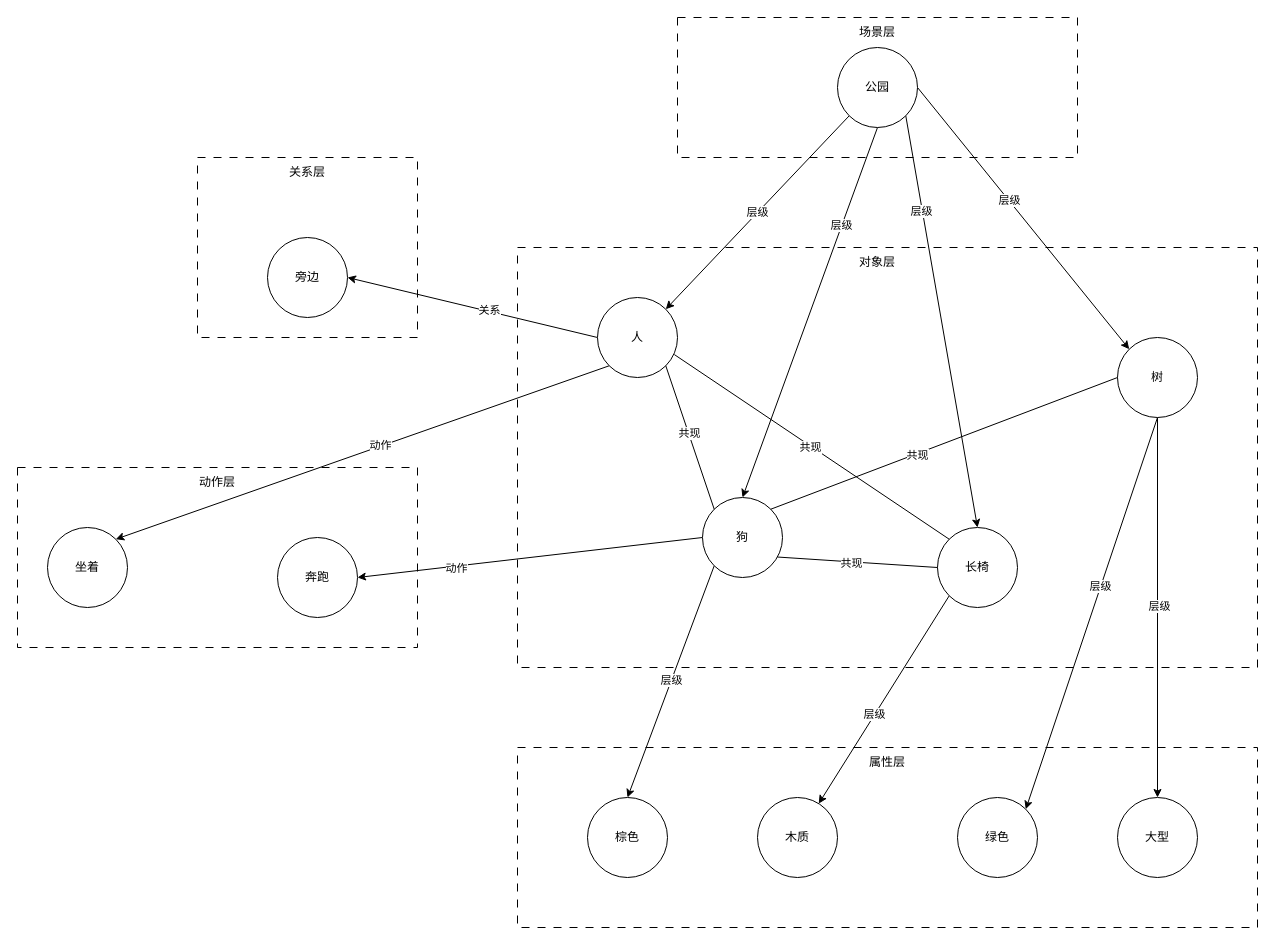
huaxiaojilzg/workflow_draw keeps this draw.io diagram as 图神经网络增强的图像检索.drawio. Above is the earlier version. Source tidied: cells renumbered, new cells numbered last; positions are measured from the earlier drawing's top-left corner, leaving out a move shared by most shapes. Both pictures are drawn from the tidied source at 100%, with x=0, y=0 at pixel (17, 17).
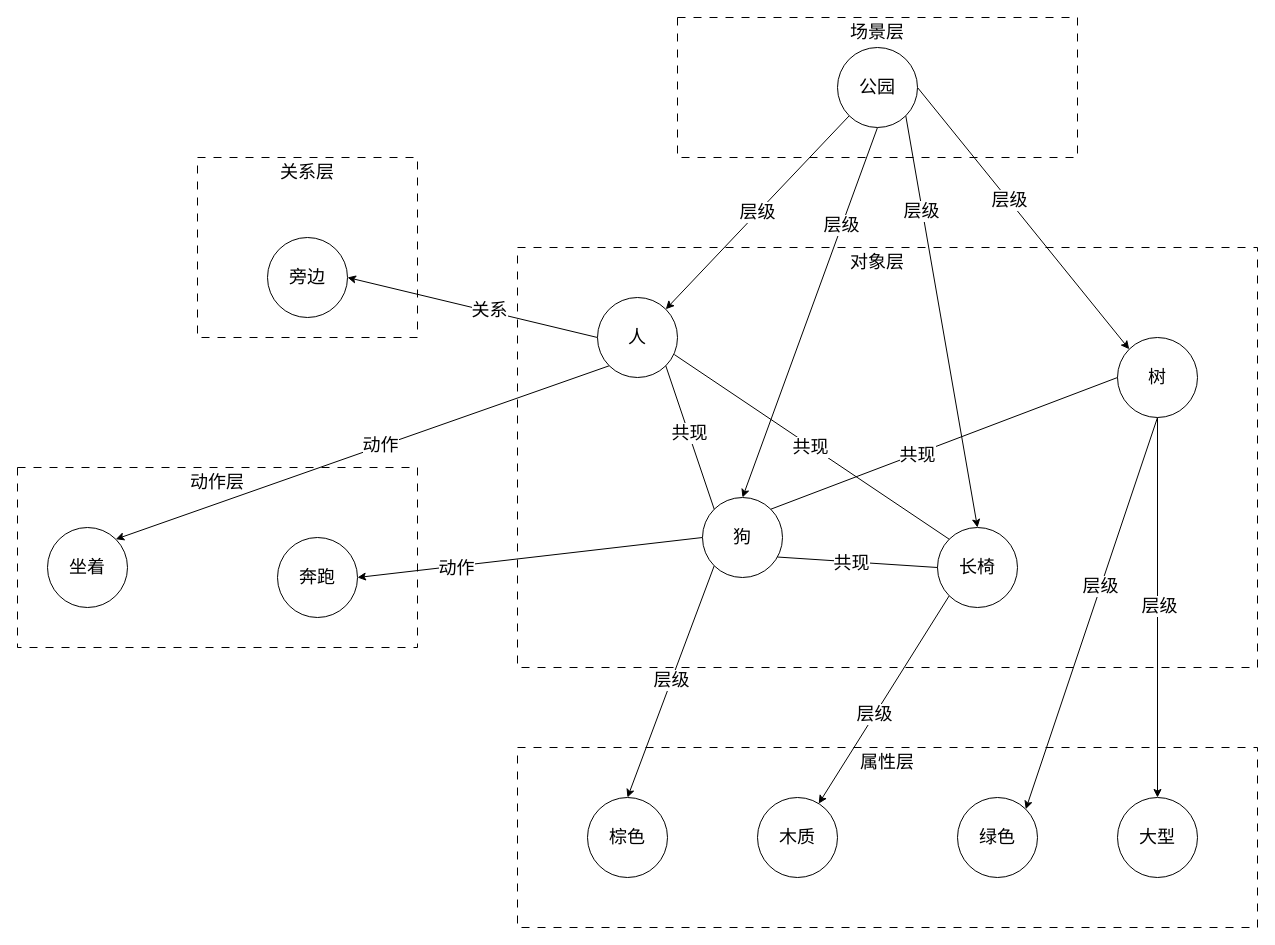
The same page after the edit.

Commit message (it also covers changes not shown here):
更新图神经网络增强的图像检索.drawio

The edit, as a diff of the source:
```diff
@@
-    <mxCell id="2" style="rounded=0;whiteSpace=wrap;html=1;hachureGap=4;fontFamily=Architects Daughter;dashed=1;dashPattern=8 8;" parent="1" vertex="1">
+    <mxCell id="2" style="rounded=0;whiteSpace=wrap;html=1;hachureGap=4;fontFamily=Architects Daughter;dashed=1;dashPattern=8 8;fontSize=18;" parent="1" vertex="1">
       <mxGeometry x="660" width="400" height="140" as="geometry" />
     </mxCell>
-    <mxCell id="3" value="场景层" style="text;html=1;whiteSpace=wrap;strokeColor=none;fillColor=none;align=center;verticalAlign=middle;rounded=0;" parent="1" vertex="1">
+    <mxCell id="3" value="场景层" style="text;html=1;whiteSpace=wrap;strokeColor=none;fillColor=none;align=center;verticalAlign=middle;rounded=0;fontSize=18;" parent="1" vertex="1">
       <mxGeometry x="755" width="210" height="30" as="geometry" />
     </mxCell>
-    <mxCell id="4" style="rounded=0;whiteSpace=wrap;html=1;hachureGap=4;fontFamily=Architects Daughter;dashed=1;dashPattern=8 8;" parent="1" vertex="1">
+    <mxCell id="4" style="rounded=0;whiteSpace=wrap;html=1;hachureGap=4;fontFamily=Architects Daughter;dashed=1;dashPattern=8 8;fontSize=18;" parent="1" vertex="1">
       <mxGeometry x="500" y="230" width="740" height="420" as="geometry" />
     </mxCell>
-    <mxCell id="5" value="对象层" style="text;html=1;whiteSpace=wrap;strokeColor=none;fillColor=none;align=center;verticalAlign=middle;rounded=0;" parent="1" vertex="1">
+    <mxCell id="5" value="对象层" style="text;html=1;whiteSpace=wrap;strokeColor=none;fillColor=none;align=center;verticalAlign=middle;rounded=0;fontSize=18;" parent="1" vertex="1">
       <mxGeometry x="755" y="230" width="210" height="30" as="geometry" />
     </mxCell>
-    <mxCell id="6" style="rounded=0;whiteSpace=wrap;html=1;hachureGap=4;fontFamily=Architects Daughter;dashed=1;dashPattern=8 8;" parent="1" vertex="1">
+    <mxCell id="6" style="rounded=0;whiteSpace=wrap;html=1;hachureGap=4;fontFamily=Architects Daughter;dashed=1;dashPattern=8 8;fontSize=18;" parent="1" vertex="1">
       <mxGeometry x="500" y="730" width="740" height="180" as="geometry" />
     </mxCell>
-    <mxCell id="7" value="属性层" style="text;html=1;whiteSpace=wrap;strokeColor=none;fillColor=none;align=center;verticalAlign=middle;rounded=0;" parent="1" vertex="1">
+    <mxCell id="7" value="属性层" style="text;html=1;whiteSpace=wrap;strokeColor=none;fillColor=none;align=center;verticalAlign=middle;rounded=0;fontSize=18;" parent="1" vertex="1">
       <mxGeometry x="765" y="730" width="210" height="30" as="geometry" />
     </mxCell>
-    <mxCell id="8" style="rounded=0;whiteSpace=wrap;html=1;hachureGap=4;fontFamily=Architects Daughter;dashed=1;dashPattern=8 8;" parent="1" vertex="1">
+    <mxCell id="8" style="rounded=0;whiteSpace=wrap;html=1;hachureGap=4;fontFamily=Architects Daughter;dashed=1;dashPattern=8 8;fontSize=18;" parent="1" vertex="1">
       <mxGeometry x="180" y="140" width="220" height="180" as="geometry" />
     </mxCell>
-    <mxCell id="9" value="关系层" style="text;html=1;whiteSpace=wrap;strokeColor=none;fillColor=none;align=center;verticalAlign=middle;rounded=0;" parent="1" vertex="1">
+    <mxCell id="9" value="关系层" style="text;html=1;whiteSpace=wrap;strokeColor=none;fillColor=none;align=center;verticalAlign=middle;rounded=0;fontSize=18;" parent="1" vertex="1">
       <mxGeometry x="185" y="140" width="210" height="30" as="geometry" />
     </mxCell>
-    <mxCell id="10" style="rounded=0;whiteSpace=wrap;html=1;hachureGap=4;fontFamily=Architects Daughter;dashed=1;dashPattern=8 8;" parent="1" vertex="1">
+    <mxCell id="10" style="rounded=0;whiteSpace=wrap;html=1;hachureGap=4;fontFamily=Architects Daughter;dashed=1;dashPattern=8 8;fontSize=18;" parent="1" vertex="1">
       <mxGeometry y="450" width="400" height="180" as="geometry" />
     </mxCell>
-    <mxCell id="11" value="动作层" style="text;html=1;whiteSpace=wrap;strokeColor=none;fillColor=none;align=center;verticalAlign=middle;rounded=0;" parent="1" vertex="1">
+    <mxCell id="11" value="动作层" style="text;html=1;whiteSpace=wrap;strokeColor=none;fillColor=none;align=center;verticalAlign=middle;rounded=0;fontSize=18;" parent="1" vertex="1">
       <mxGeometry x="95" y="450" width="210" height="30" as="geometry" />
     </mxCell>
-    <mxCell id="12" style="rounded=0;jettySize=auto;html=1;exitX=0;exitY=0.5;exitDx=0;exitDy=0;entryX=1;entryY=0.5;entryDx=0;entryDy=0;" parent="1" edge="1" source="16" target="39">
+    <mxCell id="12" style="rounded=0;jettySize=auto;html=1;exitX=0;exitY=0.5;exitDx=0;exitDy=0;entryX=1;entryY=0.5;entryDx=0;entryDy=0;fontSize=18;" parent="1" edge="1" source="16" target="39">
       <mxGeometry relative="1" as="geometry" />
     </mxCell>
-    <mxCell id="13" value="关系" style="edgeLabel;html=1;align=center;verticalAlign=middle;" parent="12" vertex="1">
+    <mxCell id="13" value="关系" style="edgeLabel;html=1;align=center;verticalAlign=middle;fontSize=18;" parent="12" vertex="1">
       <mxGeometry x="-0.13" y="-1" relative="1" as="geometry" />
     </mxCell>
-    <mxCell id="14" style="rounded=0;jettySize=auto;html=1;exitX=0;exitY=1;exitDx=0;exitDy=0;entryX=1;entryY=0;entryDx=0;entryDy=0;" parent="1" edge="1" source="16" target="41">
+    <mxCell id="14" style="rounded=0;jettySize=auto;html=1;exitX=0;exitY=1;exitDx=0;exitDy=0;entryX=1;entryY=0;entryDx=0;entryDy=0;fontSize=18;" parent="1" edge="1" source="16" target="41">
       <mxGeometry relative="1" as="geometry" />
     </mxCell>
-    <mxCell id="15" value="动作" style="edgeLabel;html=1;align=center;verticalAlign=middle;" parent="14" vertex="1">
+    <mxCell id="15" value="动作" style="edgeLabel;html=1;align=center;verticalAlign=middle;fontSize=18;" parent="14" vertex="1">
       <mxGeometry x="-0.07" y="-1" relative="1" as="geometry" />
     </mxCell>
-    <mxCell id="16" value="人" style="ellipse;whiteSpace=wrap;html=1;" parent="1" vertex="1">
+    <mxCell id="16" value="人" style="ellipse;whiteSpace=wrap;html=1;fontSize=18;" parent="1" vertex="1">
       <mxGeometry x="580" y="280" width="80" height="80" as="geometry" />
     </mxCell>
-    <mxCell id="17" style="rounded=0;jettySize=auto;html=1;exitX=0;exitY=0.5;exitDx=0;exitDy=0;entryX=1;entryY=0.5;entryDx=0;entryDy=0;" parent="1" edge="1" source="23" target="40">
+    <mxCell id="17" style="rounded=0;jettySize=auto;html=1;exitX=0;exitY=0.5;exitDx=0;exitDy=0;entryX=1;entryY=0.5;entryDx=0;entryDy=0;fontSize=18;" parent="1" edge="1" source="23" target="40">
       <mxGeometry relative="1" as="geometry" />
     </mxCell>
-    <mxCell id="18" value="动作" style="edgeLabel;html=1;align=center;verticalAlign=middle;" parent="17" vertex="1">
+    <mxCell id="18" value="动作" style="edgeLabel;html=1;align=center;verticalAlign=middle;fontSize=18;" parent="17" vertex="1">
       <mxGeometry x="0.43" y="2" relative="1" as="geometry" />
     </mxCell>
-    <mxCell id="19" style="rounded=0;jettySize=auto;html=1;exitX=0;exitY=1;exitDx=0;exitDy=0;entryX=0.5;entryY=0;entryDx=0;entryDy=0;" parent="1" edge="1" source="23" target="42">
+    <mxCell id="19" style="rounded=0;jettySize=auto;html=1;exitX=0;exitY=1;exitDx=0;exitDy=0;entryX=0.5;entryY=0;entryDx=0;entryDy=0;fontSize=18;" parent="1" edge="1" source="23" target="42">
       <mxGeometry relative="1" as="geometry" />
     </mxCell>
-    <mxCell id="20" value="层级" style="edgeLabel;html=1;align=center;verticalAlign=middle;" parent="19" vertex="1">
+    <mxCell id="20" value="层级" style="edgeLabel;html=1;align=center;verticalAlign=middle;fontSize=18;" parent="19" vertex="1">
       <mxGeometry x="-0.01" relative="1" as="geometry" />
     </mxCell>
-    <mxCell id="21" style="rounded=0;jettySize=auto;html=1;exitX=0;exitY=1;exitDx=0;exitDy=0;" parent="1" edge="1" source="24" target="43">
+    <mxCell id="21" style="rounded=0;jettySize=auto;html=1;exitX=0;exitY=1;exitDx=0;exitDy=0;fontSize=18;" parent="1" edge="1" source="24" target="43">
       <mxGeometry relative="1" as="geometry" />
     </mxCell>
-    <mxCell id="22" value="层级" style="edgeLabel;html=1;align=center;verticalAlign=middle;" parent="21" vertex="1">
+    <mxCell id="22" value="层级" style="edgeLabel;html=1;align=center;verticalAlign=middle;fontSize=18;" parent="21" vertex="1">
       <mxGeometry x="0.14" y="-1" relative="1" as="geometry" />
     </mxCell>
-    <mxCell id="23" value="狗" style="ellipse;whiteSpace=wrap;html=1;" parent="1" vertex="1">
+    <mxCell id="23" value="狗" style="ellipse;whiteSpace=wrap;html=1;fontSize=18;" parent="1" vertex="1">
       <mxGeometry x="685" y="480" width="80" height="80" as="geometry" />
     </mxCell>
-    <mxCell id="24" value="长椅" style="ellipse;whiteSpace=wrap;html=1;" parent="1" vertex="1">
+    <mxCell id="24" value="长椅" style="ellipse;whiteSpace=wrap;html=1;fontSize=18;" parent="1" vertex="1">
       <mxGeometry x="920" y="510" width="80" height="80" as="geometry" />
     </mxCell>
-    <mxCell id="25" style="rounded=0;jettySize=auto;html=1;exitX=0.5;exitY=1;exitDx=0;exitDy=0;entryX=1;entryY=0;entryDx=0;entryDy=0;" parent="1" edge="1" source="29" target="44">
+    <mxCell id="25" style="rounded=0;jettySize=auto;html=1;exitX=0.5;exitY=1;exitDx=0;exitDy=0;entryX=1;entryY=0;entryDx=0;entryDy=0;fontSize=18;" parent="1" edge="1" source="29" target="44">
       <mxGeometry relative="1" as="geometry" />
     </mxCell>
-    <mxCell id="26" value="层级" style="edgeLabel;html=1;align=center;verticalAlign=middle;" parent="25" vertex="1">
+    <mxCell id="26" value="层级" style="edgeLabel;html=1;align=center;verticalAlign=middle;fontSize=18;" parent="25" vertex="1">
       <mxGeometry x="-0.14" y="-1" relative="1" as="geometry" />
     </mxCell>
-    <mxCell id="27" style="edgeStyle=orthogonalEdgeStyle;rounded=0;jettySize=auto;html=1;exitX=0.5;exitY=1;exitDx=0;exitDy=0;" parent="1" edge="1" source="29" target="45">
+    <mxCell id="27" style="edgeStyle=orthogonalEdgeStyle;rounded=0;jettySize=auto;html=1;exitX=0.5;exitY=1;exitDx=0;exitDy=0;fontSize=18;" parent="1" edge="1" source="29" target="45">
       <mxGeometry relative="1" as="geometry" />
     </mxCell>
-    <mxCell id="28" value="层级" style="edgeLabel;html=1;align=center;verticalAlign=middle;" parent="27" vertex="1">
+    <mxCell id="28" value="层级" style="edgeLabel;html=1;align=center;verticalAlign=middle;fontSize=18;" parent="27" vertex="1">
       <mxGeometry x="-0.01" y="1" relative="1" as="geometry" />
     </mxCell>
-    <mxCell id="29" value="树" style="ellipse;whiteSpace=wrap;html=1;" parent="1" vertex="1">
+    <mxCell id="29" value="树" style="ellipse;whiteSpace=wrap;html=1;fontSize=18;" parent="1" vertex="1">
       <mxGeometry x="1100" y="320" width="80" height="80" as="geometry" />
     </mxCell>
-    <mxCell id="30" style="rounded=0;jettySize=auto;html=1;exitX=0;exitY=1;exitDx=0;exitDy=0;entryX=1;entryY=0;entryDx=0;entryDy=0;" parent="1" edge="1" source="38" target="16">
+    <mxCell id="30" style="rounded=0;jettySize=auto;html=1;exitX=0;exitY=1;exitDx=0;exitDy=0;entryX=1;entryY=0;entryDx=0;entryDy=0;fontSize=18;" parent="1" edge="1" source="38" target="16">
       <mxGeometry relative="1" as="geometry" />
     </mxCell>
-    <mxCell id="31" value="层级" style="edgeLabel;html=1;align=center;verticalAlign=middle;" parent="30" vertex="1">
+    <mxCell id="31" value="层级" style="edgeLabel;html=1;align=center;verticalAlign=middle;fontSize=18;" parent="30" vertex="1">
       <mxGeometry y="-1" relative="1" as="geometry" />
     </mxCell>
-    <mxCell id="32" style="rounded=0;jettySize=auto;html=1;exitX=0.5;exitY=1;exitDx=0;exitDy=0;entryX=0.5;entryY=0;entryDx=0;entryDy=0;" parent="1" edge="1" source="38" target="23">
+    <mxCell id="32" style="rounded=0;jettySize=auto;html=1;exitX=0.5;exitY=1;exitDx=0;exitDy=0;entryX=0.5;entryY=0;entryDx=0;entryDy=0;fontSize=18;" parent="1" edge="1" source="38" target="23">
       <mxGeometry relative="1" as="geometry" />
     </mxCell>
-    <mxCell id="33" value="层级" style="edgeLabel;html=1;align=center;verticalAlign=middle;" parent="32" vertex="1">
+    <mxCell id="33" value="层级" style="edgeLabel;html=1;align=center;verticalAlign=middle;fontSize=18;" parent="32" vertex="1">
       <mxGeometry x="-0.47" y="-1" relative="1" as="geometry" />
     </mxCell>
-    <mxCell id="34" style="rounded=0;jettySize=auto;html=1;exitX=1;exitY=0.5;exitDx=0;exitDy=0;entryX=0;entryY=0;entryDx=0;entryDy=0;" parent="1" edge="1" source="38" target="29">
+    <mxCell id="34" style="rounded=0;jettySize=auto;html=1;exitX=1;exitY=0.5;exitDx=0;exitDy=0;entryX=0;entryY=0;entryDx=0;entryDy=0;fontSize=18;" parent="1" edge="1" source="38" target="29">
       <mxGeometry relative="1" as="geometry" />
     </mxCell>
-    <mxCell id="35" value="层级" style="edgeLabel;html=1;align=center;verticalAlign=middle;" parent="34" vertex="1">
+    <mxCell id="35" value="层级" style="edgeLabel;html=1;align=center;verticalAlign=middle;fontSize=18;" parent="34" vertex="1">
       <mxGeometry x="-0.13" y="1" relative="1" as="geometry">
         <mxPoint x="-1" as="offset" />
       </mxGeometry>
     </mxCell>
-    <mxCell id="36" style="rounded=0;jettySize=auto;html=1;exitX=1;exitY=1;exitDx=0;exitDy=0;entryX=0.5;entryY=0;entryDx=0;entryDy=0;" parent="1" edge="1" source="38" target="24">
+    <mxCell id="36" style="rounded=0;jettySize=auto;html=1;exitX=1;exitY=1;exitDx=0;exitDy=0;entryX=0.5;entryY=0;entryDx=0;entryDy=0;fontSize=18;" parent="1" edge="1" source="38" target="24">
       <mxGeometry relative="1" as="geometry" />
     </mxCell>
-    <mxCell id="37" value="层级" style="edgeLabel;html=1;align=center;verticalAlign=middle;" parent="36" vertex="1">
+    <mxCell id="37" value="层级" style="edgeLabel;html=1;align=center;verticalAlign=middle;fontSize=18;" parent="36" vertex="1">
       <mxGeometry x="-0.54" y="-1" relative="1" as="geometry" />
     </mxCell>
-    <mxCell id="38" value="公园" style="ellipse;whiteSpace=wrap;html=1;" parent="1" vertex="1">
+    <mxCell id="38" value="公园" style="ellipse;whiteSpace=wrap;html=1;fontSize=18;" parent="1" vertex="1">
       <mxGeometry x="820" y="30" width="80" height="80" as="geometry" />
     </mxCell>
-    <mxCell id="39" value="旁边" style="ellipse;whiteSpace=wrap;html=1;" parent="1" vertex="1">
+    <mxCell id="39" value="旁边" style="ellipse;whiteSpace=wrap;html=1;fontSize=18;" parent="1" vertex="1">
       <mxGeometry x="250" y="220" width="80" height="80" as="geometry" />
     </mxCell>
-    <mxCell id="40" value="奔跑" style="ellipse;whiteSpace=wrap;html=1;" parent="1" vertex="1">
+    <mxCell id="40" value="奔跑" style="ellipse;whiteSpace=wrap;html=1;fontSize=18;" parent="1" vertex="1">
       <mxGeometry x="260" y="520" width="80" height="80" as="geometry" />
     </mxCell>
-    <mxCell id="41" value="坐着" style="ellipse;whiteSpace=wrap;html=1;" parent="1" vertex="1">
+    <mxCell id="41" value="坐着" style="ellipse;whiteSpace=wrap;html=1;fontSize=18;" parent="1" vertex="1">
       <mxGeometry x="30" y="510" width="80" height="80" as="geometry" />
     </mxCell>
-    <mxCell id="42" value="棕色" style="ellipse;whiteSpace=wrap;html=1;" parent="1" vertex="1">
+    <mxCell id="42" value="棕色" style="ellipse;whiteSpace=wrap;html=1;fontSize=18;" parent="1" vertex="1">
       <mxGeometry x="570" y="780" width="80" height="80" as="geometry" />
     </mxCell>
-    <mxCell id="43" value="木质" style="ellipse;whiteSpace=wrap;html=1;" parent="1" vertex="1">
+    <mxCell id="43" value="木质" style="ellipse;whiteSpace=wrap;html=1;fontSize=18;" parent="1" vertex="1">
       <mxGeometry x="740" y="780" width="80" height="80" as="geometry" />
     </mxCell>
-    <mxCell id="44" value="绿色" style="ellipse;whiteSpace=wrap;html=1;" parent="1" vertex="1">
+    <mxCell id="44" value="绿色" style="ellipse;whiteSpace=wrap;html=1;fontSize=18;" parent="1" vertex="1">
       <mxGeometry x="940" y="780" width="80" height="80" as="geometry" />
     </mxCell>
-    <mxCell id="45" value="大型" style="ellipse;whiteSpace=wrap;html=1;" parent="1" vertex="1">
+    <mxCell id="45" value="大型" style="ellipse;whiteSpace=wrap;html=1;fontSize=18;" parent="1" vertex="1">
       <mxGeometry x="1100" y="780" width="80" height="80" as="geometry" />
     </mxCell>
-    <mxCell id="46" style="endArrow=none;html=1;rounded=0;exitX=1;exitY=1;exitDx=0;exitDy=0;entryX=0;entryY=0;entryDx=0;entryDy=0;" parent="1" edge="1" source="16" target="23">
+    <mxCell id="46" style="endArrow=none;html=1;rounded=0;exitX=1;exitY=1;exitDx=0;exitDy=0;entryX=0;entryY=0;entryDx=0;entryDy=0;fontSize=18;" parent="1" edge="1" source="16" target="23">
       <mxGeometry relative="1" as="geometry" />
     </mxCell>
-    <mxCell id="47" value="共现" style="edgeLabel;html=1;align=center;verticalAlign=middle;" parent="46" vertex="1">
+    <mxCell id="47" value="共现" style="edgeLabel;html=1;align=center;verticalAlign=middle;fontSize=18;" parent="46" vertex="1">
       <mxGeometry x="-0.06" y="1" relative="1" as="geometry" />
     </mxCell>
-    <mxCell id="48" style="endArrow=none;html=1;rounded=0;entryX=0.936;entryY=0.744;entryDx=0;entryDy=0;entryPerimeter=0;exitX=0;exitY=0.5;exitDx=0;exitDy=0;" parent="1" edge="1" source="24" target="23">
+    <mxCell id="48" style="endArrow=none;html=1;rounded=0;entryX=0.936;entryY=0.744;entryDx=0;entryDy=0;entryPerimeter=0;exitX=0;exitY=0.5;exitDx=0;exitDy=0;fontSize=18;" parent="1" edge="1" source="24" target="23">
       <mxGeometry relative="1" as="geometry" />
     </mxCell>
-    <mxCell id="49" value="共现" style="edgeLabel;html=1;align=center;verticalAlign=middle;" parent="48" vertex="1">
+    <mxCell id="49" value="共现" style="edgeLabel;html=1;align=center;verticalAlign=middle;fontSize=18;" parent="48" vertex="1">
       <mxGeometry x="0.09" y="1" relative="1" as="geometry" />
     </mxCell>
-    <mxCell id="50" style="endArrow=none;html=1;rounded=0;exitX=0.96;exitY=0.713;exitDx=0;exitDy=0;exitPerimeter=0;entryX=0;entryY=0;entryDx=0;entryDy=0;" parent="1" edge="1" source="16" target="24">
+    <mxCell id="50" style="endArrow=none;html=1;rounded=0;exitX=0.96;exitY=0.713;exitDx=0;exitDy=0;exitPerimeter=0;entryX=0;entryY=0;entryDx=0;entryDy=0;fontSize=18;" parent="1" edge="1" source="16" target="24">
       <mxGeometry relative="1" as="geometry" />
     </mxCell>
-    <mxCell id="51" value="共现" style="edgeLabel;html=1;align=center;verticalAlign=middle;" parent="50" vertex="1">
+    <mxCell id="51" value="共现" style="edgeLabel;html=1;align=center;verticalAlign=middle;fontSize=18;" parent="50" vertex="1">
       <mxGeometry x="-0.01" y="-1" relative="1" as="geometry" />
     </mxCell>
-    <mxCell id="52" style="endArrow=none;html=1;rounded=0;exitX=1;exitY=0;exitDx=0;exitDy=0;entryX=0;entryY=0.5;entryDx=0;entryDy=0;" parent="1" edge="1" source="23" target="29">
+    <mxCell id="52" style="endArrow=none;html=1;rounded=0;exitX=1;exitY=0;exitDx=0;exitDy=0;entryX=0;entryY=0.5;entryDx=0;entryDy=0;fontSize=18;" parent="1" edge="1" source="23" target="29">
       <mxGeometry relative="1" as="geometry" />
     </mxCell>
-    <mxCell id="53" value="共现" style="edgeLabel;html=1;align=center;verticalAlign=middle;" parent="52" vertex="1">
+    <mxCell id="53" value="共现" style="edgeLabel;html=1;align=center;verticalAlign=middle;fontSize=18;" parent="52" vertex="1">
       <mxGeometry x="-0.01" y="-1" relative="1" as="geometry">
         <mxPoint x="-26" y="10" as="offset" />
       </mxGeometry>
     </mxCell>
```
